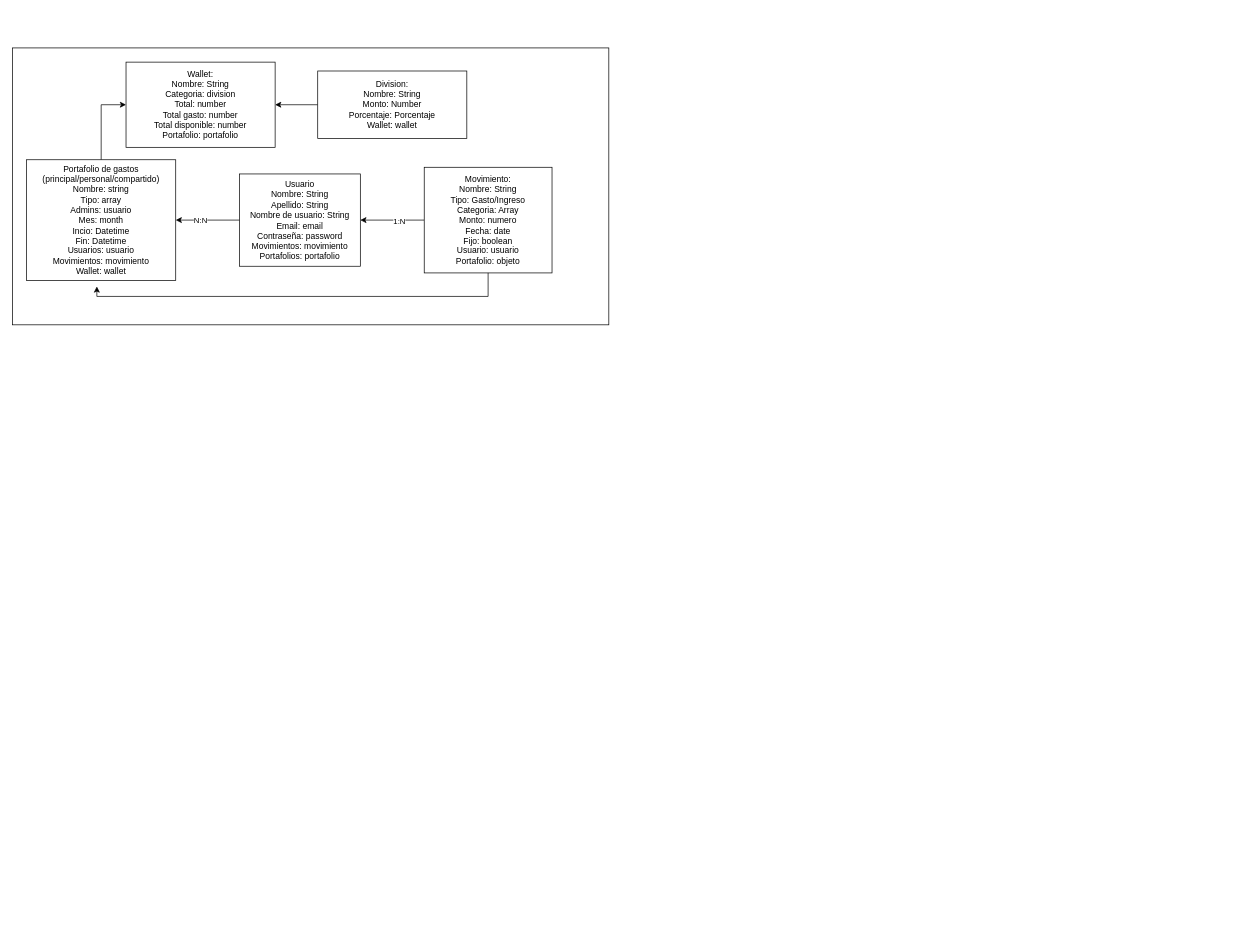
The draw.io diagram page "Modelo del backend" (4 of 5) of Diseño.drawio in juancruzchemin/AhorrAR, before the edit. Source tidied: cells renumbered, new cells numbered last; positions are measured from the earlier drawing's top-left corner, leaving out a move shared by most shapes. Both pictures are drawn from the tidied source at 71%, with x=0, y=0 at pixel (12, 48).
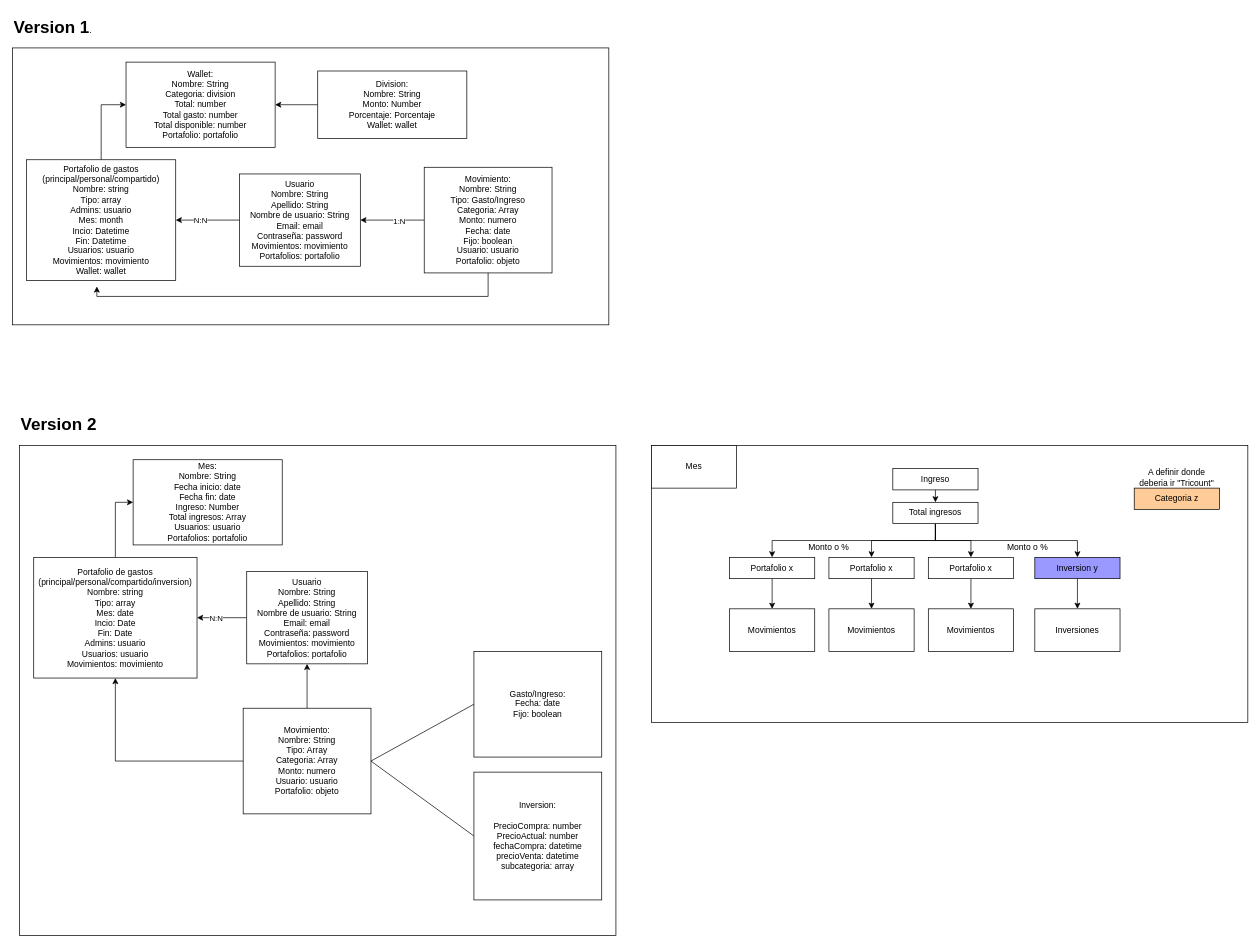
Above is the later version.

What changed in the source:
```diff
@@
+    <mxCell id="15" style="rounded=0;whiteSpace=wrap;html=1;" parent="1" vertex="1">
+      <mxGeometry x="10" y="560" width="840" height="690" as="geometry" />
+    </mxCell>
+    <mxCell id="16" style="edgeStyle=orthogonalEdgeStyle;rounded=0;jettySize=auto;html=1;exitX=0.5;exitY=0;exitDx=0;exitDy=0;entryX=0;entryY=0.5;entryDx=0;entryDy=0;" parent="1" edge="1" source="17" target="22">
+      <mxGeometry relative="1" as="geometry" />
+    </mxCell>
+    <mxCell id="17" value="Portafolio de gastos&lt;div&gt;(principal/personal/compartido/inversion)&lt;/div&gt;&lt;div&gt;Nombre: string&lt;br&gt;Tipo: array&lt;/div&gt;&lt;div&gt;Mes: date&lt;/div&gt;&lt;div&gt;Incio: Date&lt;/div&gt;&lt;div&gt;Fin: Date&lt;/div&gt;&lt;div&gt;&lt;div&gt;Admins: usuario&lt;/div&gt;Usuarios: usuario&lt;/div&gt;&lt;div&gt;Movimientos: movimiento&lt;/div&gt;" style="rounded=0;whiteSpace=wrap;html=1;" parent="1" vertex="1">
+      <mxGeometry x="30" y="717.5" width="230" height="170" as="geometry" />
+    </mxCell>
+    <mxCell id="18" style="edgeStyle=orthogonalEdgeStyle;rounded=0;jettySize=auto;html=1;" parent="1" edge="1" source="20" target="17">
+      <mxGeometry relative="1" as="geometry" />
+    </mxCell>
+    <mxCell id="19" value="N:N" style="edgeLabel;html=1;align=center;verticalAlign=middle;" parent="18" vertex="1">
+      <mxGeometry x="0.25" relative="1" as="geometry" />
+    </mxCell>
+    <mxCell id="20" value="Usuario&lt;div&gt;Nombre: String&lt;/div&gt;&lt;div&gt;Apellido: String&lt;/div&gt;&lt;div&gt;Nombre de usuario: String&lt;/div&gt;&lt;div&gt;Email: email&lt;/div&gt;&lt;div&gt;Contraseña: password&lt;br&gt;Movimientos: movimiento&lt;/div&gt;&lt;div&gt;Portafolios: portafolio&lt;/div&gt;" style="rounded=0;whiteSpace=wrap;html=1;" parent="1" vertex="1">
+      <mxGeometry x="330" y="737.5" width="170" height="130" as="geometry" />
+    </mxCell>
+    <mxCell id="21" value="Gasto/Ingreso:&lt;div&gt;Fecha: date&lt;/div&gt;&lt;div&gt;Fijo: boolean&lt;br&gt;&lt;/div&gt;" style="rounded=0;whiteSpace=wrap;html=1;" parent="1" vertex="1">
+      <mxGeometry x="650" y="850" width="180" height="148.8" as="geometry" />
+    </mxCell>
+    <mxCell id="22" value="&lt;div&gt;Mes:&lt;br&gt;Nombre: String&lt;br&gt;&lt;div&gt;Fecha inicio: date&lt;/div&gt;&lt;div&gt;Fecha fin: date&lt;br&gt;Ingreso: Number&lt;/div&gt;&lt;/div&gt;&lt;div&gt;Total ingresos: Array&lt;/div&gt;&lt;div&gt;Usuarios: usuario&lt;/div&gt;&lt;div&gt;Portafolios: portafolio&lt;/div&gt;" style="rounded=0;whiteSpace=wrap;html=1;" parent="1" vertex="1">
+      <mxGeometry x="170" y="580" width="210" height="120" as="geometry" />
+    </mxCell>
+    <mxCell id="23" value="&lt;h1 style=&quot;margin-top: 0px;&quot;&gt;Version 1&lt;span style=&quot;background-color: transparent; color: light-dark(rgb(0, 0, 0), rgb(255, 255, 255)); font-size: 12px; font-weight: normal;&quot;&gt;.&lt;/span&gt;&lt;/h1&gt;" style="text;html=1;whiteSpace=wrap;overflow=hidden;rounded=0;" parent="1" vertex="1">
+      <mxGeometry y="-50" width="180" height="40" as="geometry" />
+    </mxCell>
+    <mxCell id="24" value="&lt;h1 style=&quot;margin-top: 0px;&quot;&gt;Version 2&lt;/h1&gt;" style="text;html=1;whiteSpace=wrap;overflow=hidden;rounded=0;" parent="1" vertex="1">
+      <mxGeometry x="10" y="510" width="180" height="40" as="geometry" />
+    </mxCell>
+    <mxCell id="25" style="rounded=0;whiteSpace=wrap;html=1;" parent="1" vertex="1">
+      <mxGeometry x="900" y="560" width="840" height="390" as="geometry" />
+    </mxCell>
+    <mxCell id="26" value="Ingreso" style="rounded=0;whiteSpace=wrap;html=1;" parent="1" vertex="1">
+      <mxGeometry x="1240" y="592.5" width="120" height="30" as="geometry" />
+    </mxCell>
+    <mxCell id="27" style="edgeStyle=orthogonalEdgeStyle;rounded=0;jettySize=auto;html=1;exitX=0.5;exitY=1;exitDx=0;exitDy=0;" parent="1" edge="1" source="31" target="33">
+      <mxGeometry relative="1" as="geometry" />
+    </mxCell>
+    <mxCell id="28" style="edgeStyle=orthogonalEdgeStyle;rounded=0;jettySize=auto;html=1;exitX=0.5;exitY=1;exitDx=0;exitDy=0;entryX=0.5;entryY=0;entryDx=0;entryDy=0;" parent="1" edge="1" source="31" target="35">
+      <mxGeometry relative="1" as="geometry" />
+    </mxCell>
+    <mxCell id="29" style="edgeStyle=orthogonalEdgeStyle;rounded=0;jettySize=auto;html=1;exitX=0.5;exitY=1;exitDx=0;exitDy=0;entryX=0.5;entryY=0;entryDx=0;entryDy=0;" parent="1" edge="1" source="31" target="37">
+      <mxGeometry relative="1" as="geometry" />
+    </mxCell>
+    <mxCell id="30" style="edgeStyle=orthogonalEdgeStyle;rounded=0;jettySize=auto;html=1;exitX=0.5;exitY=1;exitDx=0;exitDy=0;entryX=0.5;entryY=0;entryDx=0;entryDy=0;" parent="1" edge="1" source="31" target="39">
+      <mxGeometry relative="1" as="geometry" />
+    </mxCell>
+    <mxCell id="31" value="Total ingresos" style="rounded=0;whiteSpace=wrap;html=1;" parent="1" vertex="1">
+      <mxGeometry x="1240" y="640" width="120" height="30" as="geometry" />
+    </mxCell>
+    <mxCell id="32" style="edgeStyle=orthogonalEdgeStyle;rounded=0;jettySize=auto;html=1;" parent="1" edge="1" source="33" target="46">
+      <mxGeometry relative="1" as="geometry" />
+    </mxCell>
+    <mxCell id="33" value="Portafolio x" style="rounded=0;whiteSpace=wrap;html=1;" parent="1" vertex="1">
+      <mxGeometry x="1010" y="717.5" width="120" height="30" as="geometry" />
+    </mxCell>
+    <mxCell id="34" style="edgeStyle=orthogonalEdgeStyle;rounded=0;jettySize=auto;html=1;" parent="1" edge="1" source="35" target="47">
+      <mxGeometry relative="1" as="geometry" />
+    </mxCell>
+    <mxCell id="35" value="Portafolio x" style="rounded=0;whiteSpace=wrap;html=1;" parent="1" vertex="1">
+      <mxGeometry x="1150" y="717.5" width="120" height="30" as="geometry" />
+    </mxCell>
+    <mxCell id="36" style="edgeStyle=orthogonalEdgeStyle;rounded=0;jettySize=auto;html=1;" parent="1" edge="1" source="37" target="48">
+      <mxGeometry relative="1" as="geometry" />
+    </mxCell>
+    <mxCell id="37" value="Portafolio x" style="rounded=0;whiteSpace=wrap;html=1;" parent="1" vertex="1">
+      <mxGeometry x="1290" y="717.5" width="120" height="30" as="geometry" />
+    </mxCell>
+    <mxCell id="38" style="edgeStyle=orthogonalEdgeStyle;rounded=0;jettySize=auto;html=1;" parent="1" edge="1" source="39" target="49">
+      <mxGeometry relative="1" as="geometry" />
+    </mxCell>
+    <mxCell id="39" value="Inversion y" style="rounded=0;whiteSpace=wrap;html=1;fillColor=#9999FF;" parent="1" vertex="1">
+      <mxGeometry x="1440" y="717.5" width="120" height="30" as="geometry" />
+    </mxCell>
+    <mxCell id="40" value="Categoria z" style="rounded=0;whiteSpace=wrap;html=1;fillColor=#FFCC99;" parent="1" vertex="1">
+      <mxGeometry x="1580" y="620" width="120" height="30" as="geometry" />
+    </mxCell>
+    <mxCell id="41" style="endArrow=classic;html=1;rounded=0;exitX=0.5;exitY=1;exitDx=0;exitDy=0;" parent="1" edge="1" source="26" target="31">
+      <mxGeometry relative="1" as="geometry" />
+    </mxCell>
+    <mxCell id="42" value="A definir donde deberia ir &quot;Tricount&quot;" style="text;html=1;align=center;verticalAlign=middle;whiteSpace=wrap;rounded=0;" parent="1" vertex="1">
+      <mxGeometry x="1580" y="590" width="120" height="30" as="geometry" />
+    </mxCell>
+    <mxCell id="43" value="Mes" style="rounded=0;whiteSpace=wrap;html=1;" parent="1" vertex="1">
+      <mxGeometry x="900" y="560" width="120" height="60" as="geometry" />
+    </mxCell>
+    <mxCell id="44" value="Monto o %" style="text;html=1;align=center;verticalAlign=middle;whiteSpace=wrap;rounded=0;" parent="1" vertex="1">
+      <mxGeometry x="1120" y="687.5" width="60" height="30" as="geometry" />
+    </mxCell>
+    <mxCell id="45" value="Monto o %" style="text;html=1;align=center;verticalAlign=middle;whiteSpace=wrap;rounded=0;" parent="1" vertex="1">
+      <mxGeometry x="1400" y="687.5" width="60" height="30" as="geometry" />
+    </mxCell>
+    <mxCell id="46" value="Movimientos" style="rounded=0;whiteSpace=wrap;html=1;" parent="1" vertex="1">
+      <mxGeometry x="1010" y="790" width="120" height="60" as="geometry" />
+    </mxCell>
+    <mxCell id="47" value="Movimientos" style="rounded=0;whiteSpace=wrap;html=1;" parent="1" vertex="1">
+      <mxGeometry x="1150" y="790" width="120" height="60" as="geometry" />
+    </mxCell>
+    <mxCell id="48" value="Movimientos" style="rounded=0;whiteSpace=wrap;html=1;" parent="1" vertex="1">
+      <mxGeometry x="1290" y="790" width="120" height="60" as="geometry" />
+    </mxCell>
+    <mxCell id="49" value="Inversiones" style="rounded=0;whiteSpace=wrap;html=1;" parent="1" vertex="1">
+      <mxGeometry x="1440" y="790" width="120" height="60" as="geometry" />
+    </mxCell>
+    <mxCell id="50" value="Inversion:&lt;br&gt;&lt;br&gt;&lt;div&gt;PrecioCompra: number&lt;br&gt;PrecioActual: number&lt;/div&gt;&lt;div&gt;fechaCompra: datetime&lt;/div&gt;&lt;div&gt;precioVenta: datetime&lt;/div&gt;&lt;div&gt;subcategoria: array&lt;/div&gt;" style="rounded=0;whiteSpace=wrap;html=1;" parent="1" vertex="1">
+      <mxGeometry x="650" y="1020" width="180" height="180" as="geometry" />
+    </mxCell>
+    <mxCell id="51" style="edgeStyle=orthogonalEdgeStyle;rounded=0;jettySize=auto;html=1;" parent="1" edge="1" source="53" target="17">
+      <mxGeometry relative="1" as="geometry" />
+    </mxCell>
+    <mxCell id="52" style="edgeStyle=orthogonalEdgeStyle;rounded=0;jettySize=auto;html=1;" parent="1" edge="1" source="53" target="20">
+      <mxGeometry relative="1" as="geometry" />
+    </mxCell>
+    <mxCell id="53" value="Movimiento:&lt;br&gt;Nombre: String&lt;br&gt;Tipo: Array&lt;br&gt;Categoria: Array&lt;br&gt;&lt;div&gt;Monto: numero&lt;br&gt;&lt;/div&gt;&lt;div&gt;Usuario: usuario&lt;br&gt;Portafolio: objeto&lt;/div&gt;" style="rounded=0;whiteSpace=wrap;html=1;" parent="1" vertex="1">
+      <mxGeometry x="325" y="930" width="180" height="148.8" as="geometry" />
+    </mxCell>
+    <mxCell id="54" style="endArrow=none;html=1;rounded=0;entryX=0;entryY=0.5;entryDx=0;entryDy=0;exitX=1;exitY=0.5;exitDx=0;exitDy=0;" parent="1" edge="1" source="53" target="50">
+      <mxGeometry relative="1" as="geometry" />
+    </mxCell>
+    <mxCell id="55" style="endArrow=none;html=1;rounded=0;entryX=0;entryY=0.5;entryDx=0;entryDy=0;exitX=1;exitY=0.5;exitDx=0;exitDy=0;" parent="1" edge="1" source="53" target="21">
+      <mxGeometry relative="1" as="geometry" />
+    </mxCell>
```
